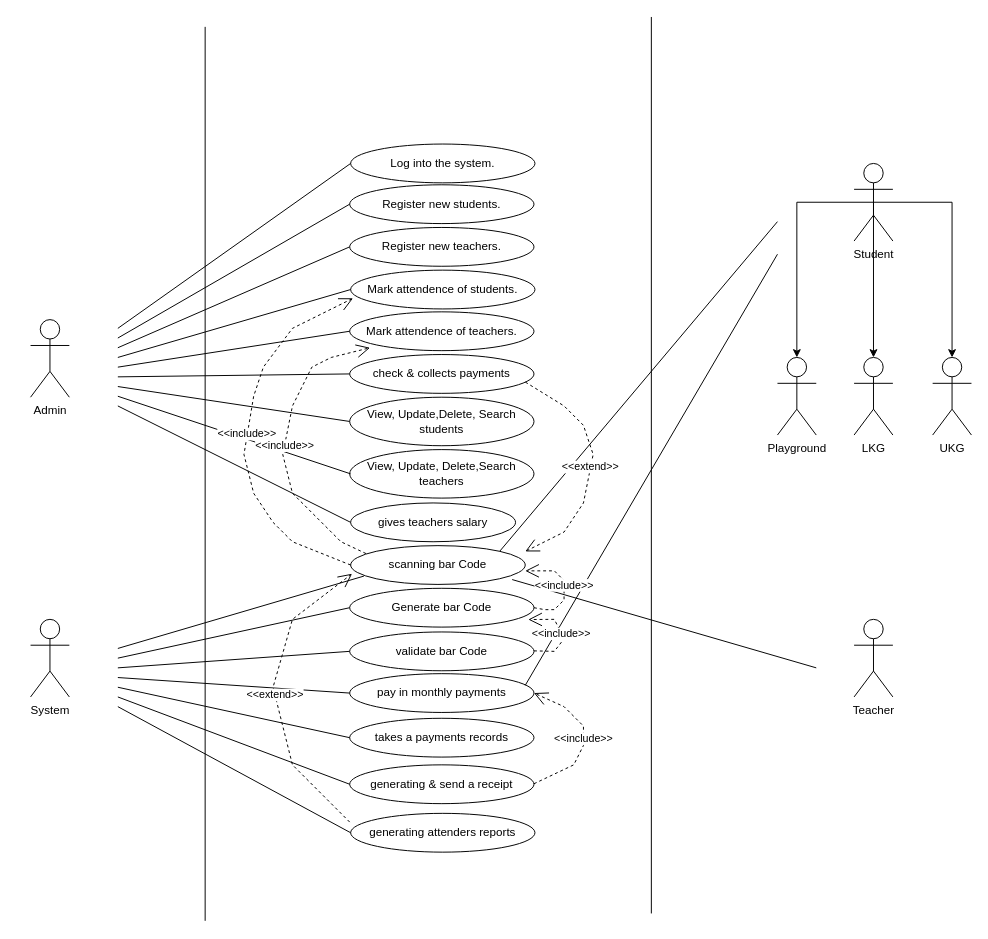
Earlier version of the draw.io diagram UseCase.drawio (Dulara-Akalanka/Group-Software-Project). Source tidied: cells renumbered, new cells numbered last; positions are measured from the earlier drawing's top-left corner, leaving out a move shared by most shapes. Both pictures are drawn from the tidied source at 97%, with x=0, y=0 at pixel (30, 16).
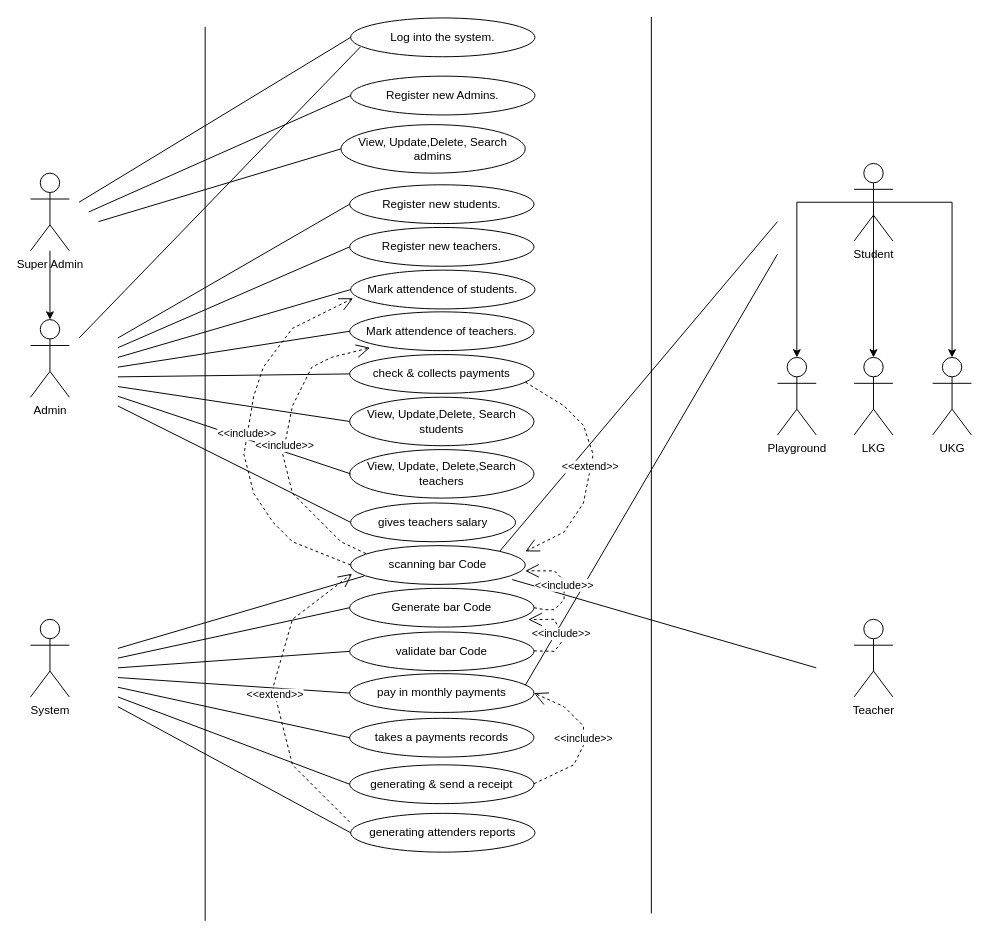
Above is the later version.

The change refers to these unchanged cells:
```xml
<mxCell id="43" value="Admin" style="shape=umlActor;verticalLabelPosition=bottom;verticalAlign=top;html=1;" parent="1" vertex="1">
  <mxGeometry y="312" width="40" height="80" as="geometry" />
</mxCell>
```

Change to the diagram source:
```diff
@@
     <mxCell id="25" value="Log into the system." style="ellipse;whiteSpace=wrap;html=1;" parent="1" vertex="1">
-      <mxGeometry x="330" y="131" width="190" height="40" as="geometry" />
+      <mxGeometry x="330" y="1" width="190" height="40" as="geometry" />
     </mxCell>
@@
     <mxCell id="32" style="endArrow=none;html=1;rounded=0;entryX=0;entryY=0.5;entryDx=0;entryDy=0;" parent="1" edge="1" target="25">
       <mxGeometry relative="1" as="geometry">
-        <mxPoint x="90" y="321" as="sourcePoint" />
+        <mxPoint x="50" y="191" as="sourcePoint" />
       </mxGeometry>
     </mxCell>
@@
+    <mxCell id="56" style="edgeStyle=orthogonalEdgeStyle;rounded=0;jettySize=auto;html=1;" parent="1" edge="1" source="57" target="43">
+      <mxGeometry relative="1" as="geometry" />
+    </mxCell>
+    <mxCell id="57" value="Super Admin" style="shape=umlActor;verticalLabelPosition=bottom;verticalAlign=top;html=1;" parent="1" vertex="1">
+      <mxGeometry y="161" width="40" height="80" as="geometry" />
+    </mxCell>
+    <mxCell id="58" style="endArrow=none;html=1;rounded=0;entryX=0;entryY=0.5;entryDx=0;entryDy=0;" parent="1" edge="1">
+      <mxGeometry relative="1" as="geometry">
+        <mxPoint x="50" y="331" as="sourcePoint" />
+        <mxPoint x="340" y="31" as="targetPoint" />
+      </mxGeometry>
+    </mxCell>
+    <mxCell id="59" value="Register new Admins." style="ellipse;whiteSpace=wrap;html=1;" parent="1" vertex="1">
+      <mxGeometry x="330" y="61" width="190" height="40" as="geometry" />
+    </mxCell>
+    <mxCell id="60" style="endArrow=none;html=1;rounded=0;entryX=0;entryY=0.5;entryDx=0;entryDy=0;" parent="1" edge="1" target="59">
+      <mxGeometry relative="1" as="geometry">
+        <mxPoint x="60" y="201" as="sourcePoint" />
+      </mxGeometry>
+    </mxCell>
+    <mxCell id="61" value="View, Update,Delete, Search admins" style="ellipse;whiteSpace=wrap;html=1;" parent="1" vertex="1">
+      <mxGeometry x="320" y="111" width="190" height="50" as="geometry" />
+    </mxCell>
+    <mxCell id="62" style="endArrow=none;html=1;rounded=0;entryX=0;entryY=0.5;entryDx=0;entryDy=0;" parent="1" edge="1" target="61">
+      <mxGeometry relative="1" as="geometry">
+        <mxPoint x="70" y="211" as="sourcePoint" />
+      </mxGeometry>
+    </mxCell>
```
